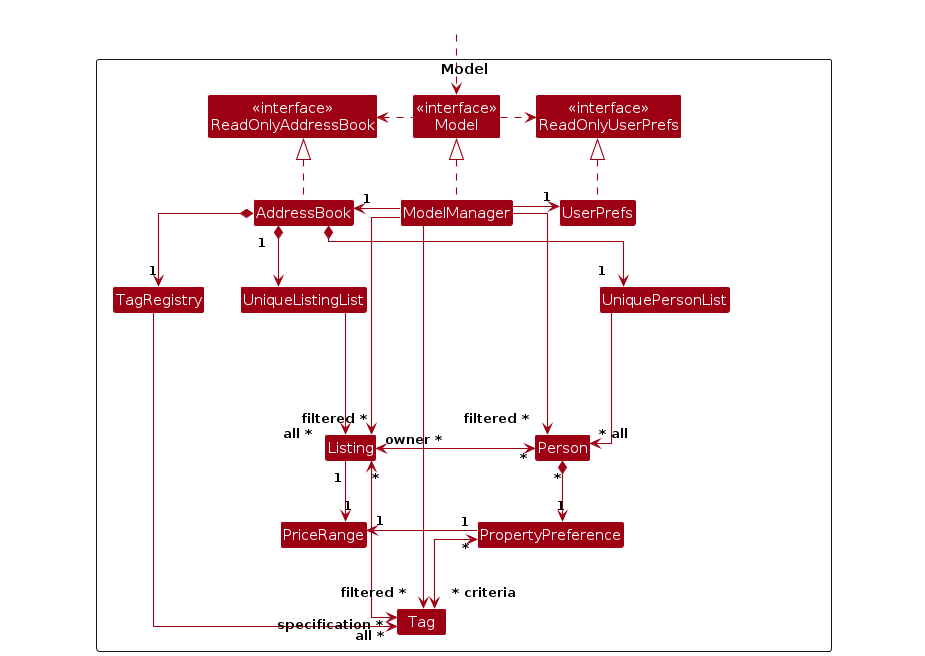
Earlier version of the PlantUML export diagrams/ModelClassDiagram.png (caxewhy/tp). Its source is kept beside it as diagrams/ModelClassDiagram.puml.
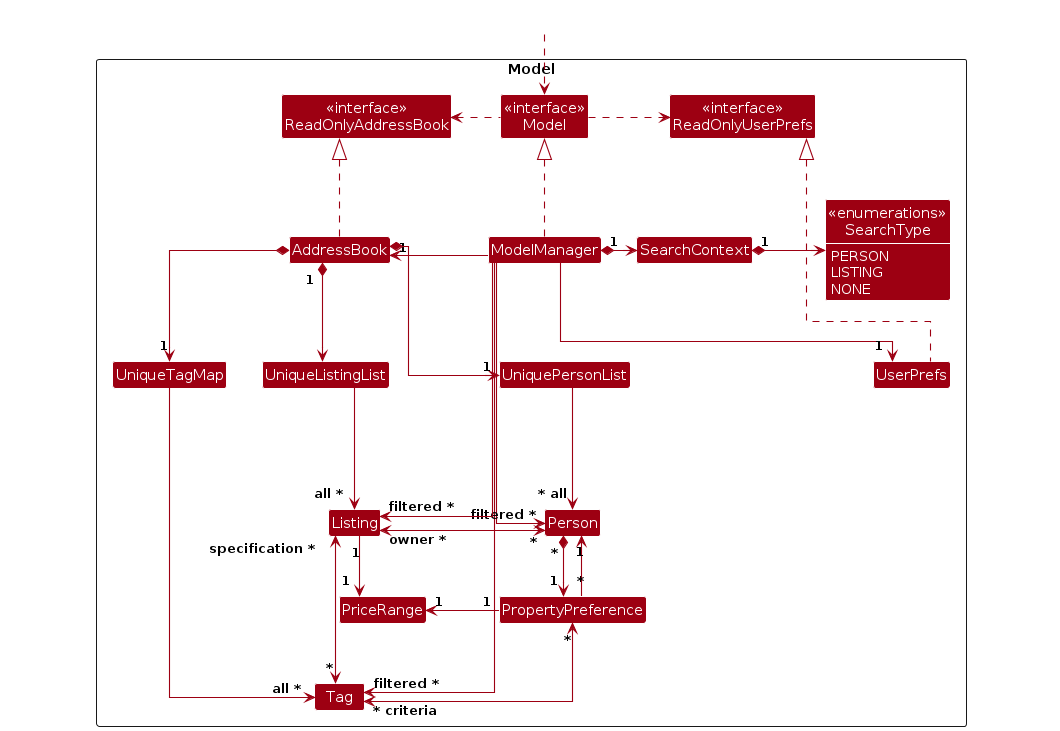
After the change.

The edit, as a diff of the source:
```diff
@@ -3,6 +3,7 @@
 skinparam arrowThickness 1.1
 skinparam arrowColor MODEL_COLOR
 skinparam classBackgroundColor MODEL_COLOR
+skinparam classAttributeFontColor white
 skinparam linetype ortho
 
 Package Model as ModelPackage <<Rectangle>>{
@@ -18,12 +19,19 @@
 Class Person
 Class PropertyPreference
 
-Class TagRegistry
+Class UniqueTagMap
 Class Tag
 
 Class UniqueListingList
 Class Listing
 Class PriceRange
+
+Class SearchContext
+Class "<<enumerations>>\nSearchType" as SearchType {
+    PERSON
+    LISTING
+    NONE
+}
 
 Class A #FFFFFF
 Class B #FFFFFF
@@ -46,14 +54,15 @@
 
 AddressBook *--> "1" UniquePersonList
 AddressBook *--> "1" UniqueListingList
-AddressBook *--> "1" TagRegistry
+AddressBook *--> "1" UniqueTagMap
 
 UniquePersonList --> "~* all" Person
 Person "1" *-right-> "*" PropertyPreference
+PropertyPreference "*" -right-> "1" Person
 
 UniqueListingList ---> "all ~* " Listing
 
-TagRegistry ----> "all ~* " Tag
+UniqueTagMap ----> "all ~* " Tag
 
 Listing "~*" <-> "specification ~* " Tag
 Tag "~* criteria" <-up-> "~*" PropertyPreference
@@ -61,19 +70,23 @@
 Listing "1" -down-> "1" PriceRange
 PropertyPreference "1" -right-> "1" PriceRange
 
+SearchContext *-> "1" SearchType
+
 ModelManager ------> "filtered ~* " Tag
 ModelManager --> "filtered ~*" Person
 ModelManager --> "filtered ~*" Listing
+ModelManager *-> "1" SearchContext
 
-TagRegistry -[hidden]right-> UniquePersonList
+UniqueTagMap -[hidden]right-> UniquePersonList
 B -[hidden]up-> ModelManager
-UniquePersonList -[hidden]up-> EOutside
-TagRegistry -[hidden]up-> DOutside
+UniquePersonList -[hidden]up--> EOutside
+UniqueTagMap -[hidden]up-> DOutside
 UniqueListingList -[hidden]up->AddressBook
-UniquePersonList -[hidden]up-> ModelManager
-TagRegistry -[hidden]up-> ModelManager
+UniquePersonList -[hidden]left-> ModelManager
+UniqueTagMap -[hidden]up-> ModelManager
 Person -[hidden]up--> A
 C -[hidden]up-> Listing
 PriceRange -[hidden]left->C
+SearchContext -[hidden]down->UserPrefs
 
 @enduml
```
